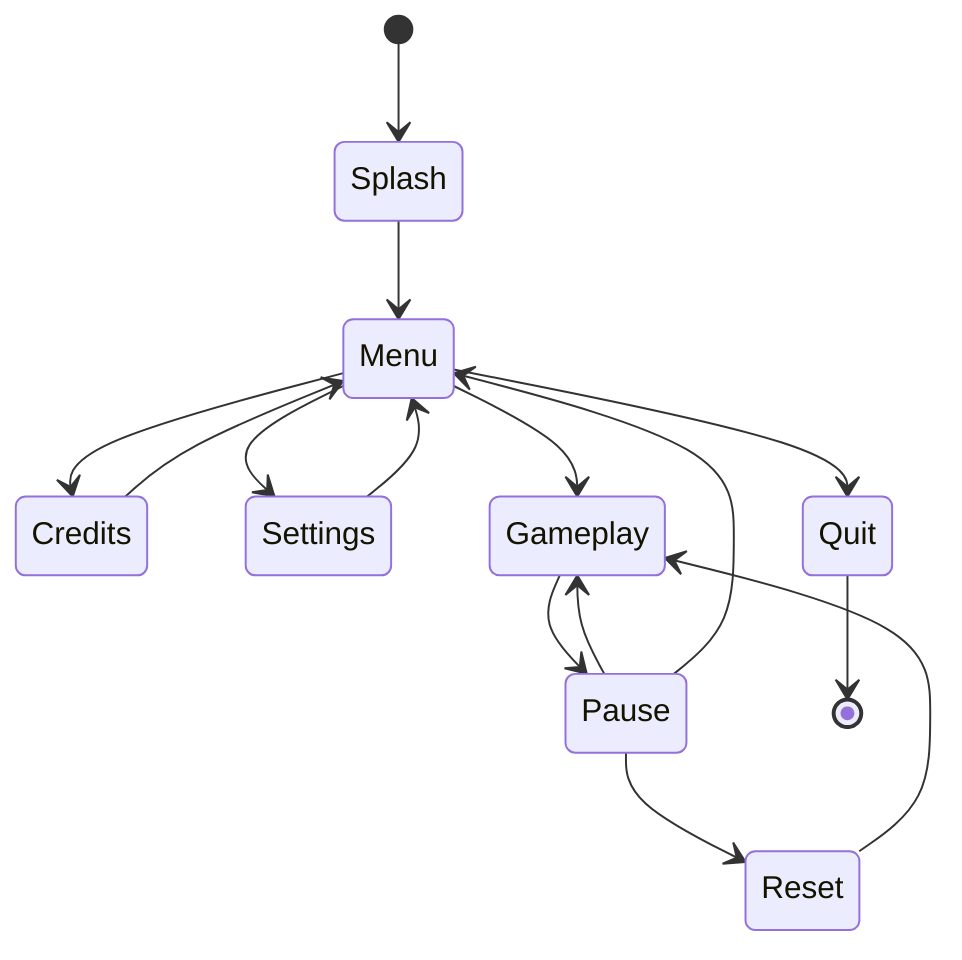
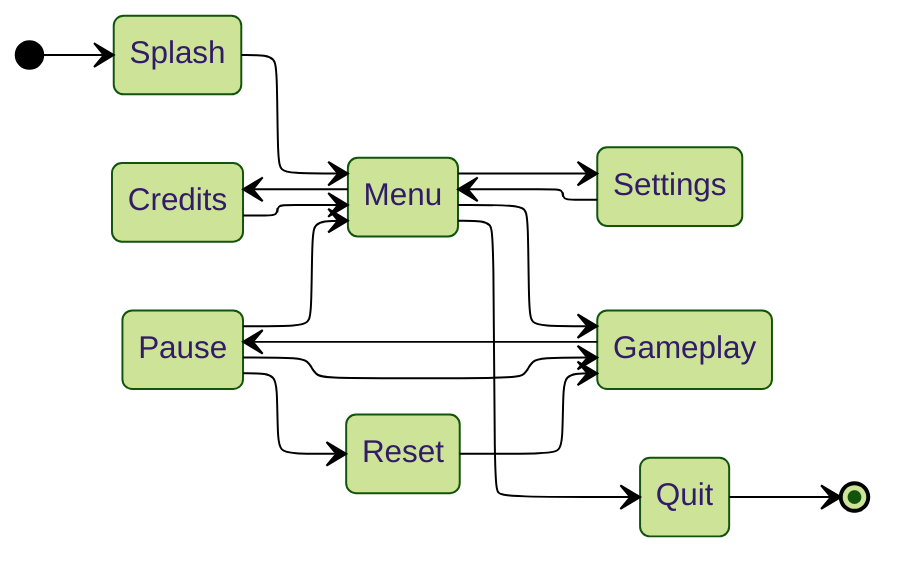
---
+ config:
+   layout: elk
+   fontFamily: '''Open Sans Variable'', sans-serif'
+   theme: forest
id: ce5149bd-bc16-4935-baa9-b45aafe1056e
---
stateDiagram-v2
+     direction LR
    [*] --> Splash
    Splash --> Menu
    Menu --> Credits
    Credits --> Menu
    Menu --> Settings
    Settings --> Menu
    Menu --> Gameplay
    Gameplay --> Pause
    Pause --> Gameplay
    Pause --> Reset
    Pause --> Menu
    Reset --> Gameplay
    Menu --> Quit
    Quit --> [*]